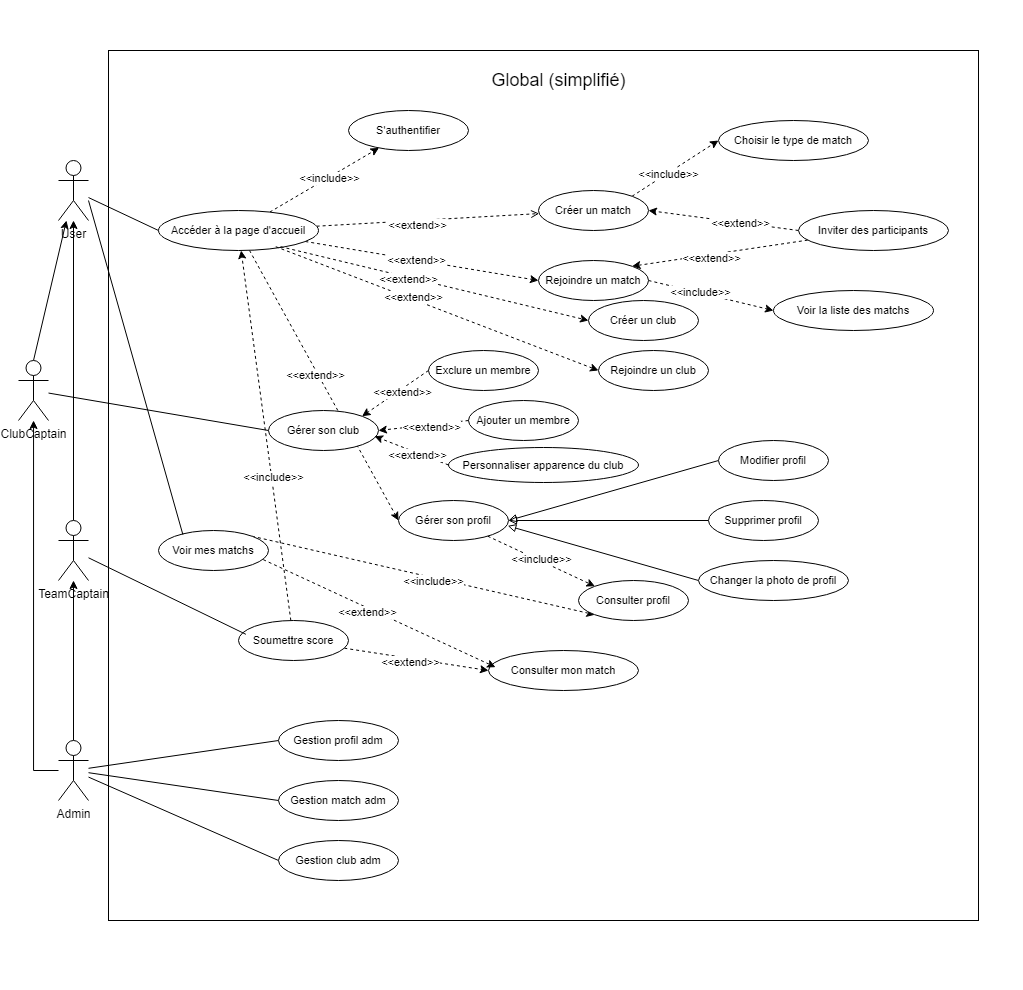
Earlier version of the draw.io export Diagram use case Global simplifié.drawio.png (Mathistrg/Styx). Source tidied: cells renumbered, new cells last; positions are measured from the earlier drawing's top-left corner, leaving out a move shared by most shapes.
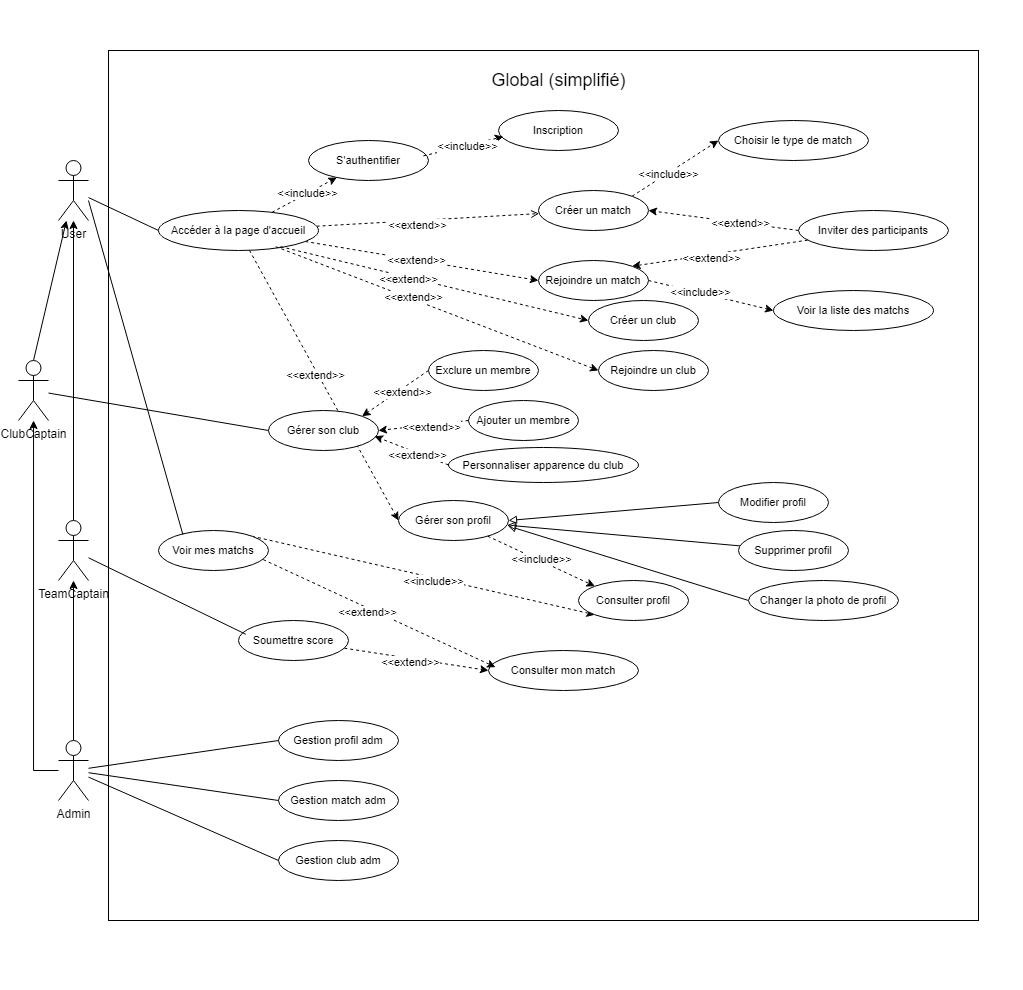
Above is the later version.

Commit message:
Mettre à jour Diagram use case Global simplifié.drawio.png

Change to the diagram source:
```diff
@@ -60,7 +60,7 @@
       <mxGeometry x="40" y="520" width="30" height="60" as="geometry" />
     </mxCell>
     <mxCell id="21" value="S'authentifier" style="ellipse;whiteSpace=wrap;html=1;fontFamily=Helvetica;fontSize=11;fontColor=default;labelBackgroundColor=default;" parent="1" vertex="1">
-      <mxGeometry x="330" y="110" width="120" height="40" as="geometry" />
+      <mxGeometry x="290" y="140" width="120" height="40" as="geometry" />
     </mxCell>
     <mxCell id="22" style="edgeStyle=none;shape=connector;rounded=0;jettySize=auto;html=1;dashed=1;strokeColor=default;align=center;verticalAlign=middle;fontFamily=Helvetica;fontSize=11;fontColor=default;labelBackgroundColor=default;endArrow=classic;endFill=1;" parent="1" edge="1" source="30" target="21">
       <mxGeometry relative="1" as="geometry" />
@@ -180,10 +180,10 @@
       <mxGeometry relative="1" as="geometry" />
     </mxCell>
     <mxCell id="59" value="Modifier profil" style="ellipse;whiteSpace=wrap;html=1;fontFamily=Helvetica;fontSize=11;fontColor=default;labelBackgroundColor=default;" parent="1" vertex="1">
-      <mxGeometry x="700" y="440" width="110" height="40" as="geometry" />
+      <mxGeometry x="700" y="482" width="110" height="40" as="geometry" />
     </mxCell>
     <mxCell id="60" value="Changer la photo de profil" style="ellipse;whiteSpace=wrap;html=1;fontFamily=Helvetica;fontSize=11;fontColor=default;labelBackgroundColor=default;" parent="1" vertex="1">
-      <mxGeometry x="680" y="560" width="150" height="40" as="geometry" />
+      <mxGeometry x="730" y="580" width="150" height="40" as="geometry" />
     </mxCell>
     <mxCell id="61" value="Voir mes matchs" style="ellipse;whiteSpace=wrap;html=1;fontFamily=Helvetica;fontSize=11;fontColor=default;labelBackgroundColor=default;" parent="1" vertex="1">
       <mxGeometry x="140" y="530" width="110" height="40" as="geometry" />
@@ -199,12 +199,6 @@
         <mxPoint x="1" as="offset" />
       </mxGeometry>
     </mxCell>
-    <mxCell id="65" style="edgeStyle=none;shape=connector;rounded=0;jettySize=auto;html=1;dashed=1;strokeColor=default;align=center;verticalAlign=middle;fontFamily=Helvetica;fontSize=11;fontColor=default;labelBackgroundColor=default;endArrow=classic;endFill=1;" parent="1" edge="1" source="67" target="30">
-      <mxGeometry relative="1" as="geometry" />
-    </mxCell>
-    <mxCell id="66" value="&amp;lt;&amp;lt;include&amp;gt;&amp;gt;" style="edgeLabel;html=1;align=center;verticalAlign=middle;fontFamily=Helvetica;fontSize=11;fontColor=default;labelBackgroundColor=default;" parent="65" vertex="1">
-      <mxGeometry x="-0.23" y="-1" relative="1" as="geometry" />
-    </mxCell>
     <mxCell id="67" value="Soumettre score" style="ellipse;whiteSpace=wrap;html=1;fontFamily=Helvetica;fontSize=11;fontColor=default;labelBackgroundColor=default;" parent="1" vertex="1">
       <mxGeometry x="220" y="620" width="110" height="40" as="geometry" />
     </mxCell>
@@ -212,7 +206,7 @@
       <mxGeometry relative="1" as="geometry" />
     </mxCell>
     <mxCell id="69" value="Supprimer profil" style="ellipse;whiteSpace=wrap;html=1;fontFamily=Helvetica;fontSize=11;fontColor=default;labelBackgroundColor=default;" parent="1" vertex="1">
-      <mxGeometry x="690" y="500" width="110" height="40" as="geometry" />
+      <mxGeometry x="720" y="530" width="110" height="40" as="geometry" />
     </mxCell>
     <mxCell id="70" style="rounded=0;jettySize=auto;html=1;entryX=0.067;entryY=0.345;entryDx=0;entryDy=0;entryPerimeter=0;endArrow=none;endFill=0;" parent="1" edge="1" source="20" target="67">
       <mxGeometry relative="1" as="geometry" />
@@ -257,5 +251,14 @@
         <mxPoint x="1" as="offset" />
       </mxGeometry>
     </mxCell>
+    <mxCell id="83" value="Inscription" style="ellipse;whiteSpace=wrap;html=1;fontFamily=Helvetica;fontSize=11;fontColor=default;labelBackgroundColor=default;" parent="1" vertex="1">
+      <mxGeometry x="480" y="110" width="120" height="40" as="geometry" />
+    </mxCell>
+    <mxCell id="84" style="edgeStyle=none;shape=connector;rounded=0;jettySize=auto;html=1;dashed=1;strokeColor=default;align=center;verticalAlign=middle;fontFamily=Helvetica;fontSize=11;fontColor=default;labelBackgroundColor=default;endArrow=classic;endFill=1;entryX=0.04;entryY=0.655;entryDx=0;entryDy=0;entryPerimeter=0;exitX=0.957;exitY=0.385;exitDx=0;exitDy=0;exitPerimeter=0;" parent="1" edge="1" source="21" target="83">
+      <mxGeometry relative="1" as="geometry" />
+    </mxCell>
+    <mxCell id="66" value="&amp;lt;&amp;lt;include&amp;gt;&amp;gt;" style="edgeLabel;html=1;align=center;verticalAlign=middle;fontFamily=Helvetica;fontSize=11;fontColor=default;labelBackgroundColor=default;" parent="84" vertex="1">
+      <mxGeometry x="0.08" relative="1" as="geometry" />
+    </mxCell>
   </root>
 </mxGraphModel>
```
